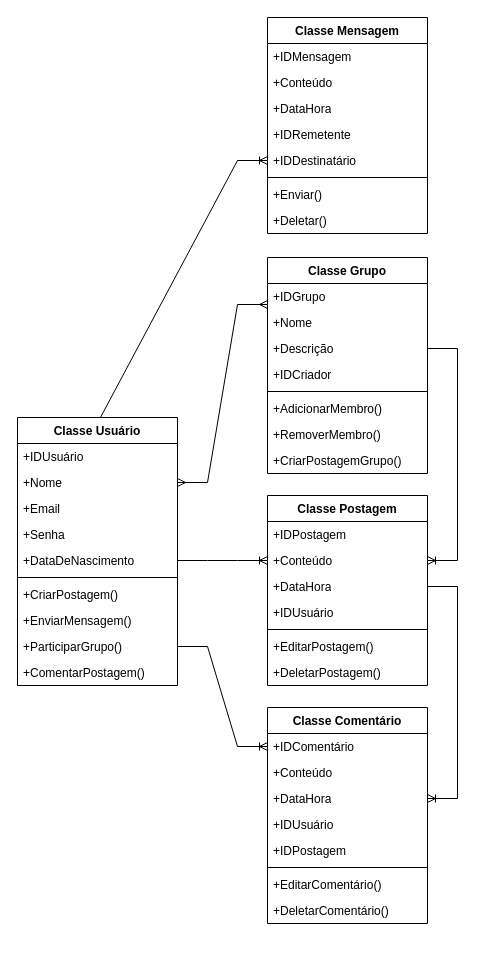
This is Diagrama sem nome.drawio from NatanFBagatoli/exercicio-6, a draw.io file, before an edit. Source tidied: cells renumbered, new cells numbered last; positions are measured from the earlier drawing's top-left corner, leaving out a move shared by most shapes. Both pictures are drawn from the tidied source at 100%, with x=0, y=0 at pixel (17, 17).
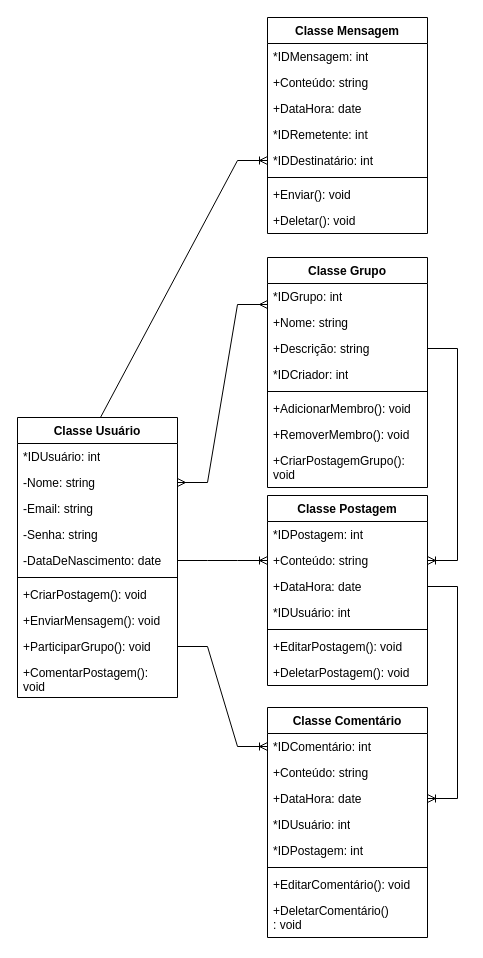
The same diagram, later.

The change refers to these unchanged cells:
```xml
<mxCell id="13" value="Classe Postagem&lt;div&gt;&lt;br&gt;&lt;/div&gt;" style="swimlane;fontStyle=1;align=center;verticalAlign=top;horizontal=1;startSize=26;whiteSpace=wrap;html=1;" parent="1" vertex="1">
  <mxGeometry x="250" y="478" width="160" height="190" as="geometry" />
</mxCell>
<mxCell id="39" value="Classe Mensagem" style="swimlane;fontStyle=1;align=center;verticalAlign=top;horizontal=1;startSize=26;whiteSpace=wrap;html=1;" parent="1" vertex="1">
  <mxGeometry x="250" width="160" height="216" as="geometry" />
</mxCell>
```

Diff of the diagram source:
```diff
@@
     <mxCell id="2" value="Classe Usuário" style="swimlane;fontStyle=1;align=center;verticalAlign=top;horizontal=1;startSize=26;whiteSpace=wrap;html=1;" parent="1" vertex="1">
-      <mxGeometry y="400" width="160" height="268" as="geometry" />
+      <mxGeometry y="400" width="160" height="280" as="geometry" />
     </mxCell>
-    <mxCell id="3" value="+IDUsuário" style="text;strokeColor=none;fillColor=none;align=left;verticalAlign=top;spacingLeft=4;spacingRight=4;overflow=hidden;whiteSpace=wrap;html=1;" parent="2" vertex="1">
+    <mxCell id="3" value="*IDUsuário: int" style="text;strokeColor=none;fillColor=none;align=left;verticalAlign=top;spacingLeft=4;spacingRight=4;overflow=hidden;whiteSpace=wrap;html=1;" parent="2" vertex="1">
       <mxGeometry y="26" width="160" height="26" as="geometry" />
     </mxCell>
-    <mxCell id="4" value="+Nome" style="text;strokeColor=none;fillColor=none;align=left;verticalAlign=top;spacingLeft=4;spacingRight=4;overflow=hidden;points=[[0,0.5],[1,0.5]];portConstraint=eastwest;whiteSpace=wrap;html=1;" parent="2" vertex="1">
+    <mxCell id="4" value="-Nome: string" style="text;strokeColor=none;fillColor=none;align=left;verticalAlign=top;spacingLeft=4;spacingRight=4;overflow=hidden;points=[[0,0.5],[1,0.5]];portConstraint=eastwest;whiteSpace=wrap;html=1;" parent="2" vertex="1">
       <mxGeometry y="52" width="160" height="26" as="geometry" />
     </mxCell>
-    <mxCell id="5" value="+Email" style="text;strokeColor=none;fillColor=none;align=left;verticalAlign=top;spacingLeft=4;spacingRight=4;overflow=hidden;whiteSpace=wrap;html=1;" parent="2" vertex="1">
+    <mxCell id="5" value="-Email: string" style="text;strokeColor=none;fillColor=none;align=left;verticalAlign=top;spacingLeft=4;spacingRight=4;overflow=hidden;whiteSpace=wrap;html=1;" parent="2" vertex="1">
       <mxGeometry y="78" width="160" height="26" as="geometry" />
     </mxCell>
-    <mxCell id="6" value="+Senha" style="text;strokeColor=none;fillColor=none;align=left;verticalAlign=top;spacingLeft=4;spacingRight=4;overflow=hidden;whiteSpace=wrap;html=1;" parent="2" vertex="1">
+    <mxCell id="6" value="-Senha: string" style="text;strokeColor=none;fillColor=none;align=left;verticalAlign=top;spacingLeft=4;spacingRight=4;overflow=hidden;whiteSpace=wrap;html=1;" parent="2" vertex="1">
       <mxGeometry y="104" width="160" height="26" as="geometry" />
     </mxCell>
-    <mxCell id="7" value="+DataDeNascimento" style="text;strokeColor=none;fillColor=none;align=left;verticalAlign=top;spacingLeft=4;spacingRight=4;overflow=hidden;points=[[0,0.5],[1,0.5]];portConstraint=eastwest;whiteSpace=wrap;html=1;" parent="2" vertex="1">
+    <mxCell id="7" value="-DataDeNascimento: date" style="text;strokeColor=none;fillColor=none;align=left;verticalAlign=top;spacingLeft=4;spacingRight=4;overflow=hidden;points=[[0,0.5],[1,0.5]];portConstraint=eastwest;whiteSpace=wrap;html=1;" parent="2" vertex="1">
       <mxGeometry y="130" width="160" height="26" as="geometry" />
     </mxCell>
@@
-    <mxCell id="9" value="+CriarPostagem()" style="text;strokeColor=none;fillColor=none;align=left;verticalAlign=top;spacingLeft=4;spacingRight=4;overflow=hidden;whiteSpace=wrap;html=1;" parent="2" vertex="1">
+    <mxCell id="9" value="+CriarPostagem(): void" style="text;strokeColor=none;fillColor=none;align=left;verticalAlign=top;spacingLeft=4;spacingRight=4;overflow=hidden;whiteSpace=wrap;html=1;" parent="2" vertex="1">
       <mxGeometry y="164" width="160" height="26" as="geometry" />
     </mxCell>
-    <mxCell id="10" value="+EnviarMensagem()" style="text;strokeColor=none;fillColor=none;align=left;verticalAlign=top;spacingLeft=4;spacingRight=4;overflow=hidden;whiteSpace=wrap;html=1;" parent="2" vertex="1">
+    <mxCell id="10" value="+EnviarMensagem(): void" style="text;strokeColor=none;fillColor=none;align=left;verticalAlign=top;spacingLeft=4;spacingRight=4;overflow=hidden;whiteSpace=wrap;html=1;" parent="2" vertex="1">
       <mxGeometry y="190" width="160" height="26" as="geometry" />
     </mxCell>
-    <mxCell id="11" value="+ParticiparGrupo()" style="text;strokeColor=none;fillColor=none;align=left;verticalAlign=top;spacingLeft=4;spacingRight=4;overflow=hidden;points=[[0,0.5],[1,0.5]];portConstraint=eastwest;whiteSpace=wrap;html=1;" parent="2" vertex="1">
+    <mxCell id="11" value="+ParticiparGrupo(): void" style="text;strokeColor=none;fillColor=none;align=left;verticalAlign=top;spacingLeft=4;spacingRight=4;overflow=hidden;points=[[0,0.5],[1,0.5]];portConstraint=eastwest;whiteSpace=wrap;html=1;" parent="2" vertex="1">
       <mxGeometry y="216" width="160" height="26" as="geometry" />
     </mxCell>
-    <mxCell id="12" value="+ComentarPostagem()" style="text;strokeColor=none;fillColor=none;align=left;verticalAlign=top;spacingLeft=4;spacingRight=4;overflow=hidden;whiteSpace=wrap;html=1;" parent="2" vertex="1">
-      <mxGeometry y="242" width="160" height="26" as="geometry" />
+    <mxCell id="12" value="+ComentarPostagem(): void" style="text;strokeColor=none;fillColor=none;align=left;verticalAlign=top;spacingLeft=4;spacingRight=4;overflow=hidden;whiteSpace=wrap;html=1;" parent="2" vertex="1">
+      <mxGeometry y="242" width="160" height="38" as="geometry" />
     </mxCell>
@@
-    <mxCell id="14" value="+IDPostagem" style="text;strokeColor=none;fillColor=none;align=left;verticalAlign=top;spacingLeft=4;spacingRight=4;overflow=hidden;whiteSpace=wrap;html=1;" parent="13" vertex="1">
+    <mxCell id="14" value="*IDPostagem: int" style="text;strokeColor=none;fillColor=none;align=left;verticalAlign=top;spacingLeft=4;spacingRight=4;overflow=hidden;whiteSpace=wrap;html=1;" parent="13" vertex="1">
       <mxGeometry y="26" width="160" height="26" as="geometry" />
     </mxCell>
-    <mxCell id="15" value="+Conteúdo" style="text;strokeColor=none;fillColor=none;align=left;verticalAlign=top;spacingLeft=4;spacingRight=4;overflow=hidden;points=[[0,0.5],[1,0.5]];portConstraint=eastwest;whiteSpace=wrap;html=1;" parent="13" vertex="1">
+    <mxCell id="15" value="+Conteúdo: string" style="text;strokeColor=none;fillColor=none;align=left;verticalAlign=top;spacingLeft=4;spacingRight=4;overflow=hidden;points=[[0,0.5],[1,0.5]];portConstraint=eastwest;whiteSpace=wrap;html=1;" parent="13" vertex="1">
       <mxGeometry y="52" width="160" height="26" as="geometry" />
     </mxCell>
-    <mxCell id="16" value="+DataHora" style="text;strokeColor=none;fillColor=none;align=left;verticalAlign=top;spacingLeft=4;spacingRight=4;overflow=hidden;points=[[0,0.5],[1,0.5]];portConstraint=eastwest;whiteSpace=wrap;html=1;" parent="13" vertex="1">
+    <mxCell id="16" value="+DataHora: date" style="text;strokeColor=none;fillColor=none;align=left;verticalAlign=top;spacingLeft=4;spacingRight=4;overflow=hidden;points=[[0,0.5],[1,0.5]];portConstraint=eastwest;whiteSpace=wrap;html=1;" parent="13" vertex="1">
       <mxGeometry y="78" width="160" height="26" as="geometry" />
     </mxCell>
-    <mxCell id="17" value="+IDUsuário" style="text;strokeColor=none;fillColor=none;align=left;verticalAlign=top;spacingLeft=4;spacingRight=4;overflow=hidden;whiteSpace=wrap;html=1;" parent="13" vertex="1">
+    <mxCell id="17" value="*IDUsuário: int" style="text;strokeColor=none;fillColor=none;align=left;verticalAlign=top;spacingLeft=4;spacingRight=4;overflow=hidden;whiteSpace=wrap;html=1;" parent="13" vertex="1">
       <mxGeometry y="104" width="160" height="26" as="geometry" />
     </mxCell>
@@
-    <mxCell id="19" value="+EditarPostagem()" style="text;strokeColor=none;fillColor=none;align=left;verticalAlign=top;spacingLeft=4;spacingRight=4;overflow=hidden;whiteSpace=wrap;html=1;" parent="13" vertex="1">
+    <mxCell id="19" value="+EditarPostagem(): void" style="text;strokeColor=none;fillColor=none;align=left;verticalAlign=top;spacingLeft=4;spacingRight=4;overflow=hidden;whiteSpace=wrap;html=1;" parent="13" vertex="1">
       <mxGeometry y="138" width="160" height="26" as="geometry" />
     </mxCell>
-    <mxCell id="20" value="+DeletarPostagem()" style="text;strokeColor=none;fillColor=none;align=left;verticalAlign=top;spacingLeft=4;spacingRight=4;overflow=hidden;whiteSpace=wrap;html=1;" parent="13" vertex="1">
+    <mxCell id="20" value="+DeletarPostagem(): void" style="text;strokeColor=none;fillColor=none;align=left;verticalAlign=top;spacingLeft=4;spacingRight=4;overflow=hidden;whiteSpace=wrap;html=1;" parent="13" vertex="1">
       <mxGeometry y="164" width="160" height="26" as="geometry" />
     </mxCell>
     <mxCell id="21" value="Classe Comentário&lt;div&gt;&lt;br&gt;&lt;/div&gt;" style="swimlane;fontStyle=1;align=center;verticalAlign=top;horizontal=1;startSize=26;whiteSpace=wrap;html=1;" parent="1" vertex="1">
-      <mxGeometry x="250" y="690" width="160" height="216" as="geometry" />
+      <mxGeometry x="250" y="690" width="160" height="230" as="geometry" />
     </mxCell>
-    <mxCell id="22" value="+IDComentário" style="text;strokeColor=none;fillColor=none;align=left;verticalAlign=top;spacingLeft=4;spacingRight=4;overflow=hidden;points=[[0,0.5],[1,0.5]];portConstraint=eastwest;whiteSpace=wrap;html=1;" parent="21" vertex="1">
+    <mxCell id="22" value="&lt;span style=&quot;background-color: initial;&quot;&gt;*IDComentário: int&lt;/span&gt;" style="text;strokeColor=none;fillColor=none;align=left;verticalAlign=top;spacingLeft=4;spacingRight=4;overflow=hidden;points=[[0,0.5],[1,0.5]];portConstraint=eastwest;whiteSpace=wrap;html=1;" parent="21" vertex="1">
       <mxGeometry y="26" width="160" height="26" as="geometry" />
     </mxCell>
-    <mxCell id="23" value="+Conteúdo" style="text;strokeColor=none;fillColor=none;align=left;verticalAlign=top;spacingLeft=4;spacingRight=4;overflow=hidden;whiteSpace=wrap;html=1;" parent="21" vertex="1">
+    <mxCell id="23" value="+Conteúdo: string" style="text;strokeColor=none;fillColor=none;align=left;verticalAlign=top;spacingLeft=4;spacingRight=4;overflow=hidden;whiteSpace=wrap;html=1;" parent="21" vertex="1">
       <mxGeometry y="52" width="160" height="26" as="geometry" />
     </mxCell>
-    <mxCell id="24" value="+DataHora" style="text;strokeColor=none;fillColor=none;align=left;verticalAlign=top;spacingLeft=4;spacingRight=4;overflow=hidden;points=[[0,0.5],[1,0.5]];portConstraint=eastwest;whiteSpace=wrap;html=1;" parent="21" vertex="1">
+    <mxCell id="24" value="+DataHora: date" style="text;strokeColor=none;fillColor=none;align=left;verticalAlign=top;spacingLeft=4;spacingRight=4;overflow=hidden;points=[[0,0.5],[1,0.5]];portConstraint=eastwest;whiteSpace=wrap;html=1;" parent="21" vertex="1">
       <mxGeometry y="78" width="160" height="26" as="geometry" />
     </mxCell>
-    <mxCell id="25" value="+IDUsuário" style="text;strokeColor=none;fillColor=none;align=left;verticalAlign=top;spacingLeft=4;spacingRight=4;overflow=hidden;whiteSpace=wrap;html=1;" parent="21" vertex="1">
+    <mxCell id="25" value="*IDUsuário: int" style="text;strokeColor=none;fillColor=none;align=left;verticalAlign=top;spacingLeft=4;spacingRight=4;overflow=hidden;whiteSpace=wrap;html=1;" parent="21" vertex="1">
       <mxGeometry y="104" width="160" height="26" as="geometry" />
     </mxCell>
-    <mxCell id="26" value="+IDPostagem" style="text;strokeColor=none;fillColor=none;align=left;verticalAlign=top;spacingLeft=4;spacingRight=4;overflow=hidden;whiteSpace=wrap;html=1;" parent="21" vertex="1">
+    <mxCell id="26" value="*IDPostagem: int" style="text;strokeColor=none;fillColor=none;align=left;verticalAlign=top;spacingLeft=4;spacingRight=4;overflow=hidden;whiteSpace=wrap;html=1;" parent="21" vertex="1">
       <mxGeometry y="130" width="160" height="26" as="geometry" />
     </mxCell>
@@
-    <mxCell id="28" value="+EditarComentário()" style="text;strokeColor=none;fillColor=none;align=left;verticalAlign=top;spacingLeft=4;spacingRight=4;overflow=hidden;whiteSpace=wrap;html=1;" parent="21" vertex="1">
+    <mxCell id="28" value="+EditarComentário(): void" style="text;strokeColor=none;fillColor=none;align=left;verticalAlign=top;spacingLeft=4;spacingRight=4;overflow=hidden;whiteSpace=wrap;html=1;" parent="21" vertex="1">
       <mxGeometry y="164" width="160" height="26" as="geometry" />
     </mxCell>
-    <mxCell id="29" value="+DeletarComentário()&lt;div&gt;&lt;br&gt;&lt;/div&gt;" style="text;strokeColor=none;fillColor=none;align=left;verticalAlign=top;spacingLeft=4;spacingRight=4;overflow=hidden;whiteSpace=wrap;html=1;" parent="21" vertex="1">
-      <mxGeometry y="190" width="160" height="26" as="geometry" />
+    <mxCell id="29" value="+DeletarComentário()&lt;div&gt;: void&lt;/div&gt;" style="text;strokeColor=none;fillColor=none;align=left;verticalAlign=top;spacingLeft=4;spacingRight=4;overflow=hidden;whiteSpace=wrap;html=1;" parent="21" vertex="1">
+      <mxGeometry y="190" width="160" height="40" as="geometry" />
     </mxCell>
     <mxCell id="30" value="Classe Grupo" style="swimlane;fontStyle=1;align=center;verticalAlign=top;horizontal=1;startSize=26;whiteSpace=wrap;html=1;" parent="1" vertex="1">
-      <mxGeometry x="250" y="240" width="160" height="216" as="geometry" />
+      <mxGeometry x="250" y="240" width="160" height="230" as="geometry" />
     </mxCell>
-    <mxCell id="31" value="+IDGrupo" style="text;strokeColor=none;fillColor=none;align=left;verticalAlign=top;spacingLeft=4;spacingRight=4;overflow=hidden;whiteSpace=wrap;html=1;" parent="30" vertex="1">
+    <mxCell id="31" value="*IDGrupo: int" style="text;strokeColor=none;fillColor=none;align=left;verticalAlign=top;spacingLeft=4;spacingRight=4;overflow=hidden;whiteSpace=wrap;html=1;" parent="30" vertex="1">
       <mxGeometry y="26" width="160" height="26" as="geometry" />
     </mxCell>
-    <mxCell id="32" value="+Nome" style="text;strokeColor=none;fillColor=none;align=left;verticalAlign=top;spacingLeft=4;spacingRight=4;overflow=hidden;whiteSpace=wrap;html=1;" parent="30" vertex="1">
+    <mxCell id="32" value="+Nome: string" style="text;strokeColor=none;fillColor=none;align=left;verticalAlign=top;spacingLeft=4;spacingRight=4;overflow=hidden;whiteSpace=wrap;html=1;" parent="30" vertex="1">
       <mxGeometry y="52" width="160" height="26" as="geometry" />
     </mxCell>
-    <mxCell id="33" value="+Descrição" style="text;strokeColor=none;fillColor=none;align=left;verticalAlign=top;spacingLeft=4;spacingRight=4;overflow=hidden;points=[[0,0.5],[1,0.5]];portConstraint=eastwest;whiteSpace=wrap;html=1;" parent="30" vertex="1">
+    <mxCell id="33" value="+Descrição: string" style="text;strokeColor=none;fillColor=none;align=left;verticalAlign=top;spacingLeft=4;spacingRight=4;overflow=hidden;points=[[0,0.5],[1,0.5]];portConstraint=eastwest;whiteSpace=wrap;html=1;" parent="30" vertex="1">
       <mxGeometry y="78" width="160" height="26" as="geometry" />
     </mxCell>
-    <mxCell id="34" value="+IDCriador" style="text;strokeColor=none;fillColor=none;align=left;verticalAlign=top;spacingLeft=4;spacingRight=4;overflow=hidden;whiteSpace=wrap;html=1;" parent="30" vertex="1">
+    <mxCell id="34" value="*IDCriador: int" style="text;strokeColor=none;fillColor=none;align=left;verticalAlign=top;spacingLeft=4;spacingRight=4;overflow=hidden;whiteSpace=wrap;html=1;" parent="30" vertex="1">
       <mxGeometry y="104" width="160" height="26" as="geometry" />
     </mxCell>
@@
-    <mxCell id="36" value="+AdicionarMembro()" style="text;strokeColor=none;fillColor=none;align=left;verticalAlign=top;spacingLeft=4;spacingRight=4;overflow=hidden;whiteSpace=wrap;html=1;" parent="30" vertex="1">
+    <mxCell id="36" value="+AdicionarMembro(): void" style="text;strokeColor=none;fillColor=none;align=left;verticalAlign=top;spacingLeft=4;spacingRight=4;overflow=hidden;whiteSpace=wrap;html=1;" parent="30" vertex="1">
       <mxGeometry y="138" width="160" height="26" as="geometry" />
     </mxCell>
-    <mxCell id="37" value="+RemoverMembro()" style="text;strokeColor=none;fillColor=none;align=left;verticalAlign=top;spacingLeft=4;spacingRight=4;overflow=hidden;whiteSpace=wrap;html=1;" parent="30" vertex="1">
+    <mxCell id="37" value="+RemoverMembro(): void" style="text;strokeColor=none;fillColor=none;align=left;verticalAlign=top;spacingLeft=4;spacingRight=4;overflow=hidden;whiteSpace=wrap;html=1;" parent="30" vertex="1">
       <mxGeometry y="164" width="160" height="26" as="geometry" />
     </mxCell>
-    <mxCell id="38" value="+CriarPostagemGrupo()" style="text;strokeColor=none;fillColor=none;align=left;verticalAlign=top;spacingLeft=4;spacingRight=4;overflow=hidden;whiteSpace=wrap;html=1;" parent="30" vertex="1">
-      <mxGeometry y="190" width="160" height="26" as="geometry" />
+    <mxCell id="38" value="+CriarPostagemGrupo(): void" style="text;strokeColor=none;fillColor=none;align=left;verticalAlign=top;spacingLeft=4;spacingRight=4;overflow=hidden;whiteSpace=wrap;html=1;" parent="30" vertex="1">
+      <mxGeometry y="190" width="160" height="40" as="geometry" />
     </mxCell>
@@
-    <mxCell id="40" value="+IDMensagem" style="text;strokeColor=none;fillColor=none;align=left;verticalAlign=top;spacingLeft=4;spacingRight=4;overflow=hidden;whiteSpace=wrap;html=1;" parent="39" vertex="1">
+    <mxCell id="40" value="*IDMensagem: int" style="text;strokeColor=none;fillColor=none;align=left;verticalAlign=top;spacingLeft=4;spacingRight=4;overflow=hidden;whiteSpace=wrap;html=1;" parent="39" vertex="1">
       <mxGeometry y="26" width="160" height="26" as="geometry" />
     </mxCell>
-    <mxCell id="41" value="+Conteúdo" style="text;strokeColor=none;fillColor=none;align=left;verticalAlign=top;spacingLeft=4;spacingRight=4;overflow=hidden;whiteSpace=wrap;html=1;" parent="39" vertex="1">
+    <mxCell id="41" value="+Conteúdo: string" style="text;strokeColor=none;fillColor=none;align=left;verticalAlign=top;spacingLeft=4;spacingRight=4;overflow=hidden;whiteSpace=wrap;html=1;" parent="39" vertex="1">
       <mxGeometry y="52" width="160" height="26" as="geometry" />
     </mxCell>
-    <mxCell id="42" value="+DataHora" style="text;strokeColor=none;fillColor=none;align=left;verticalAlign=top;spacingLeft=4;spacingRight=4;overflow=hidden;whiteSpace=wrap;html=1;" parent="39" vertex="1">
+    <mxCell id="42" value="+DataHora: date" style="text;strokeColor=none;fillColor=none;align=left;verticalAlign=top;spacingLeft=4;spacingRight=4;overflow=hidden;whiteSpace=wrap;html=1;" parent="39" vertex="1">
       <mxGeometry y="78" width="160" height="26" as="geometry" />
     </mxCell>
-    <mxCell id="43" value="+IDRemetente" style="text;strokeColor=none;fillColor=none;align=left;verticalAlign=top;spacingLeft=4;spacingRight=4;overflow=hidden;whiteSpace=wrap;html=1;" parent="39" vertex="1">
+    <mxCell id="43" value="*IDRemetente: int" style="text;strokeColor=none;fillColor=none;align=left;verticalAlign=top;spacingLeft=4;spacingRight=4;overflow=hidden;whiteSpace=wrap;html=1;" parent="39" vertex="1">
       <mxGeometry y="104" width="160" height="26" as="geometry" />
     </mxCell>
-    <mxCell id="44" value="+IDDestinatário" style="text;strokeColor=none;fillColor=none;align=left;verticalAlign=top;spacingLeft=4;spacingRight=4;overflow=hidden;points=[[0,0.5],[1,0.5]];portConstraint=eastwest;whiteSpace=wrap;html=1;" parent="39" vertex="1">
+    <mxCell id="44" value="*IDDestinatário: int" style="text;strokeColor=none;fillColor=none;align=left;verticalAlign=top;spacingLeft=4;spacingRight=4;overflow=hidden;points=[[0,0.5],[1,0.5]];portConstraint=eastwest;whiteSpace=wrap;html=1;" parent="39" vertex="1">
       <mxGeometry y="130" width="160" height="26" as="geometry" />
     </mxCell>
@@
-    <mxCell id="46" value="+Enviar()" style="text;strokeColor=none;fillColor=none;align=left;verticalAlign=top;spacingLeft=4;spacingRight=4;overflow=hidden;whiteSpace=wrap;html=1;" parent="39" vertex="1">
+    <mxCell id="46" value="+Enviar(): void" style="text;strokeColor=none;fillColor=none;align=left;verticalAlign=top;spacingLeft=4;spacingRight=4;overflow=hidden;whiteSpace=wrap;html=1;" parent="39" vertex="1">
       <mxGeometry y="164" width="160" height="26" as="geometry" />
     </mxCell>
-    <mxCell id="47" value="+Deletar()" style="text;strokeColor=none;fillColor=none;align=left;verticalAlign=top;spacingLeft=4;spacingRight=4;overflow=hidden;whiteSpace=wrap;html=1;" parent="39" vertex="1">
+    <mxCell id="47" value="+Deletar(): void" style="text;strokeColor=none;fillColor=none;align=left;verticalAlign=top;spacingLeft=4;spacingRight=4;overflow=hidden;whiteSpace=wrap;html=1;" parent="39" vertex="1">
       <mxGeometry y="190" width="160" height="26" as="geometry" />
     </mxCell>
```
